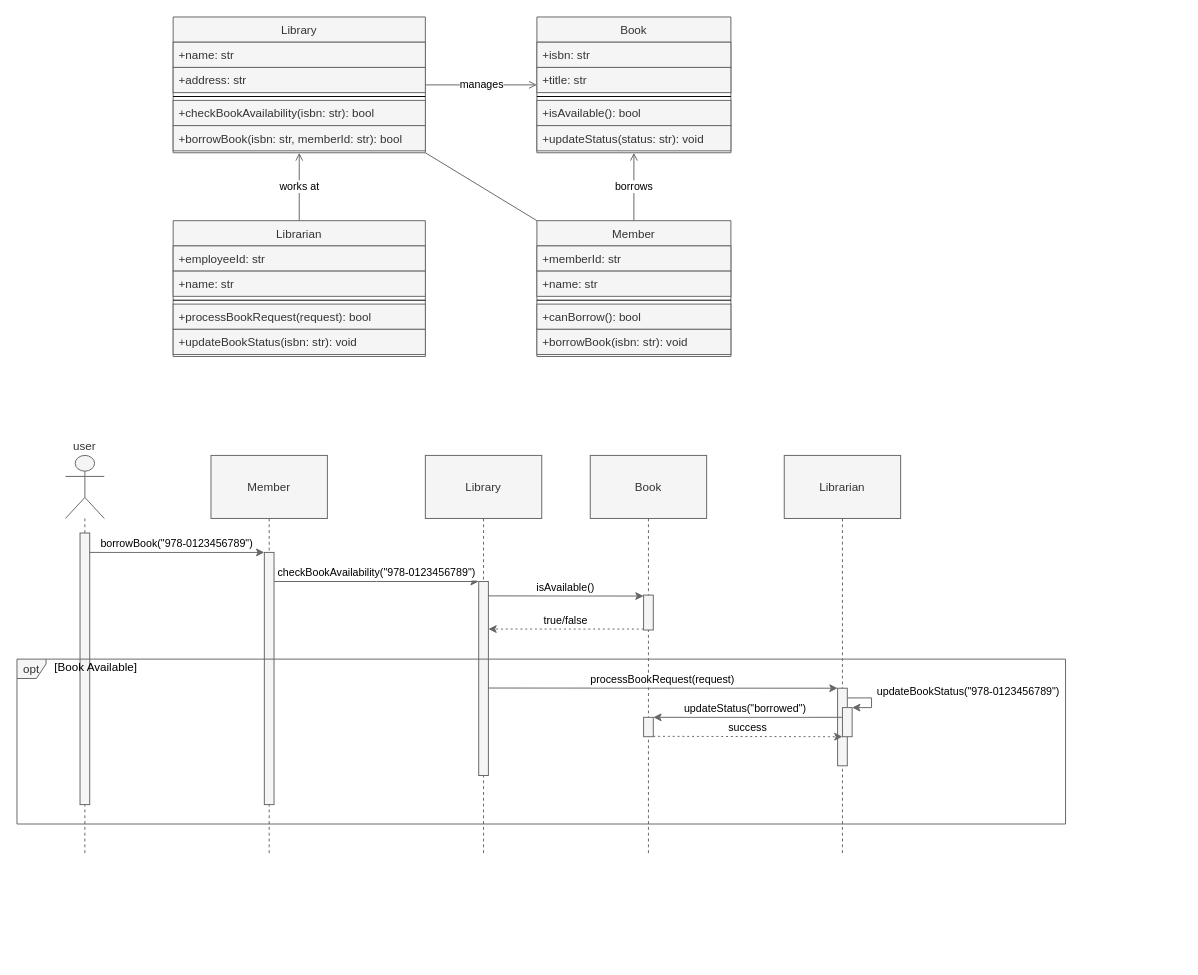
Earlier version of the draw.io diagram diagrams/examples/fragments_examples/opt_02.3.drawio (kkubinova/drawio_plugin). Source tidied: cells renumbered, new cells numbered last; positions are measured from the earlier drawing's top-left corner, leaving out a move shared by most shapes. Both pictures are drawn from the tidied source at 97%, with x=0, y=0 at pixel (16, 16).
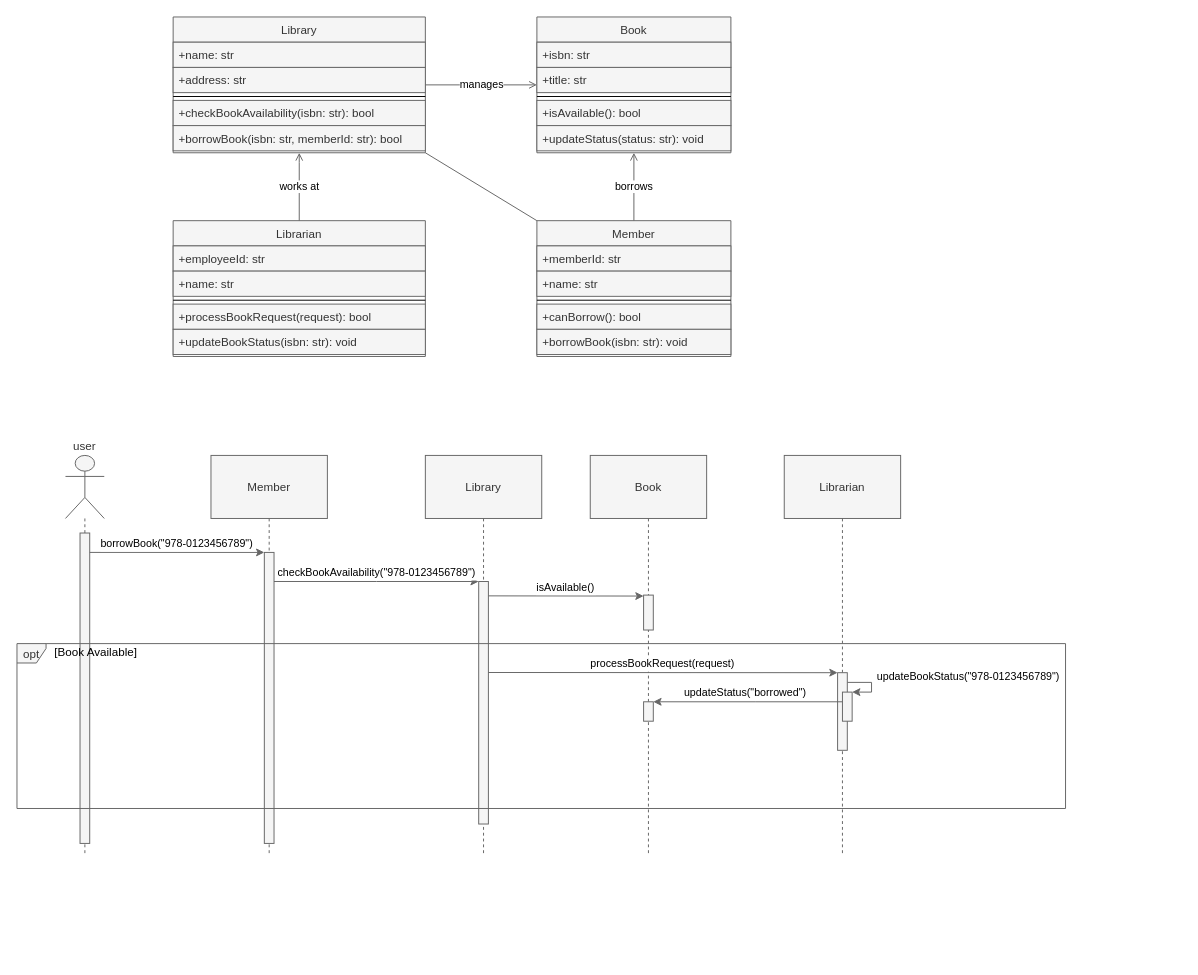
After the change.

The change refers to these unchanged cells:
```xml
<mxCell id="39" style="points=[];perimeter=orthogonalPerimeter;outlineConnect=0;targetShapes=umlLifeline;portConstraint=eastwest;fillColor=#f5f5f5;fontColor=#333333;strokeColor=#666666;" parent="38" vertex="1">
  <mxGeometry x="55" y="144" width="10" height="36" as="geometry" />
</mxCell>
```

What changed in the source:
```diff
@@
     <mxCell id="31" style="group;fillColor=none;" parent="30" vertex="1">
-      <mxGeometry x="1" y="420" width="1080" height="550" as="geometry" />
+      <mxGeometry x="120" y="420" width="1080" height="550" as="geometry" />
     </mxCell>
     <mxCell id="32" value="user" style="shape=umlLifeline;perimeter=lifelinePerimeter;whiteSpace=wrap;participant=umlActor;verticalAlign=bottom;labelPosition=center;verticalLabelPosition=top;align=center;size=65;fillColor=#f5f5f5;fontColor=#333333;strokeColor=#666666;" parent="31" vertex="1">
-      <mxGeometry x="49" y="32" width="40" height="410" as="geometry" />
+      <mxGeometry x="-70" y="32" width="40" height="410" as="geometry" />
     </mxCell>
     <mxCell id="33" style="perimeter=orthogonalPerimeter;targetShapes=umlLifeline;fillColor=#f5f5f5;fontColor=#333333;strokeColor=#666666;" parent="32" vertex="1">
-      <mxGeometry x="15" y="80" width="10" height="280" as="geometry" />
+      <mxGeometry x="15" y="80" width="10" height="320" as="geometry" />
     </mxCell>
     <mxCell id="34" value="Member" style="shape=umlLifeline;perimeter=lifelinePerimeter;whiteSpace=wrap;size=65;fillColor=#f5f5f5;fontColor=#333333;strokeColor=#666666;" parent="31" vertex="1">
-      <mxGeometry x="199" y="32" width="120" height="410" as="geometry" />
+      <mxGeometry x="80" y="32" width="120" height="410" as="geometry" />
     </mxCell>
     <mxCell id="35" style="perimeter=orthogonalPerimeter;targetShapes=umlLifeline;fillColor=#f5f5f5;fontColor=#333333;strokeColor=#666666;" parent="34" vertex="1">
-      <mxGeometry x="55" y="100" width="10" height="260" as="geometry" />
+      <mxGeometry x="55" y="100" width="10" height="300" as="geometry" />
     </mxCell>
     <mxCell id="36" value="Library" style="shape=umlLifeline;perimeter=lifelinePerimeter;whiteSpace=wrap;size=65;fillColor=#f5f5f5;fontColor=#333333;strokeColor=#666666;" parent="31" vertex="1">
-      <mxGeometry x="420" y="32" width="120" height="410" as="geometry" />
+      <mxGeometry x="301" y="32" width="120" height="410" as="geometry" />
     </mxCell>
     <mxCell id="37" style="points=[];perimeter=orthogonalPerimeter;outlineConnect=0;targetShapes=umlLifeline;portConstraint=eastwest;fillColor=#f5f5f5;fontColor=#333333;strokeColor=#666666;" parent="36" vertex="1">
-      <mxGeometry x="55" y="130" width="10" height="200" as="geometry" />
+      <mxGeometry x="55" y="130" width="10" height="250" as="geometry" />
     </mxCell>
     <mxCell id="38" value="Book" style="shape=umlLifeline;perimeter=lifelinePerimeter;whiteSpace=wrap;size=65;fillColor=#f5f5f5;fontColor=#333333;strokeColor=#666666;" parent="31" vertex="1">
-      <mxGeometry x="590" y="32" width="120" height="410" as="geometry" />
+      <mxGeometry x="471" y="32" width="120" height="410" as="geometry" />
     </mxCell>
@@
     <mxCell id="40" value="Librarian" style="shape=umlLifeline;perimeter=lifelinePerimeter;whiteSpace=wrap;size=65;fillColor=#f5f5f5;fontColor=#333333;strokeColor=#666666;" parent="31" vertex="1">
-      <mxGeometry x="790" y="32" width="120" height="410" as="geometry" />
+      <mxGeometry x="671" y="32" width="120" height="410" as="geometry" />
     </mxCell>
     <mxCell id="41" value="borrowBook(&quot;978-0123456789&quot;)" style="verticalAlign=bottom;edgeStyle=elbowEdgeStyle;elbow=vertical;curved=0;rounded=0;endArrow=classic;fillColor=#f5f5f5;strokeColor=#666666;endFill=1;" parent="31" edge="1">
       <mxGeometry relative="1" as="geometry">
-        <mxPoint x="74" y="132" as="sourcePoint" />
-        <mxPoint x="254" y="132" as="targetPoint" />
+        <mxPoint x="-45" y="132" as="sourcePoint" />
+        <mxPoint x="135" y="132" as="targetPoint" />
       </mxGeometry>
     </mxCell>
     <mxCell id="42" value="checkBookAvailability(&quot;978-0123456789&quot;)" style="verticalAlign=bottom;edgeStyle=elbowEdgeStyle;elbow=vertical;curved=0;rounded=0;endArrow=classic;fillColor=#f5f5f5;strokeColor=#666666;endFill=1;" parent="31" edge="1" target="37">
       <mxGeometry relative="1" as="geometry">
-        <mxPoint x="264" y="162" as="sourcePoint" />
+        <mxPoint x="145" y="162" as="sourcePoint" />
       </mxGeometry>
     </mxCell>
     <mxCell id="43" value="isAvailable()" style="verticalAlign=bottom;edgeStyle=elbowEdgeStyle;elbow=vertical;curved=0;rounded=0;endArrow=classic;fillColor=#f5f5f5;strokeColor=#666666;endFill=1;" parent="31" edge="1" target="39">
       <mxGeometry relative="1" as="geometry">
-        <mxPoint x="485" y="176.8" as="sourcePoint" />
+        <mxPoint x="366" y="176.8" as="sourcePoint" />
       </mxGeometry>
     </mxCell>
-    <mxCell id="44" value="true/false" style="verticalAlign=bottom;edgeStyle=elbowEdgeStyle;elbow=vertical;curved=0;rounded=0;dashed=1;dashPattern=2 3;endArrow=classic;fillColor=#f5f5f5;strokeColor=#666666;endFill=1;" parent="31" edge="1" source="39">
-      <mxGeometry relative="1" as="geometry">
-        <mxPoint x="485" y="211.3" as="targetPoint" />
-      </mxGeometry>
-    </mxCell>
     <mxCell id="45" value="processBookRequest(request)" style="verticalAlign=bottom;edgeStyle=elbowEdgeStyle;elbow=vertical;curved=0;rounded=0;endArrow=classic;fillColor=#f5f5f5;strokeColor=#666666;endFill=1;" parent="31" edge="1" target="49">
       <mxGeometry relative="1" as="geometry">
-        <mxPoint x="485" y="271.8" as="sourcePoint" />
+        <mxPoint x="366" y="255.8" as="sourcePoint" />
       </mxGeometry>
     </mxCell>
     <mxCell id="46" value="updateBookStatus(&quot;978-0123456789&quot;)" style="verticalAlign=bottom;edgeStyle=elbowEdgeStyle;rounded=0;endArrow=classic;fillColor=#f5f5f5;strokeColor=#666666;endFill=1;" parent="31" edge="1" target="51">
       <mxGeometry y="100" relative="1" as="geometry">
-        <mxPoint x="855" y="282" as="sourcePoint" />
+        <mxPoint x="736" y="266" as="sourcePoint" />
         <Array as="points">
-          <mxPoint x="880" y="292" />
-          <mxPoint x="880" y="302" />
-          <mxPoint x="870" y="302" />
+          <mxPoint x="761" y="276" />
+          <mxPoint x="761" y="286" />
+          <mxPoint x="751" y="286" />
         </Array>
       </mxGeometry>
     </mxCell>
     <mxCell id="47" value="opt" style="shape=umlFrame;strokeColor=#666666;height=20;width=30;fillColor=#f5f5f5;fontColor=#333333;" parent="31" vertex="1">
-      <mxGeometry x="-1" y="242" width="1081" height="170" as="geometry" />
+      <mxGeometry x="-120" y="226" width="1081" height="170" as="geometry" />
     </mxCell>
@@
     <mxCell id="49" style="points=[];perimeter=orthogonalPerimeter;outlineConnect=0;targetShapes=umlLifeline;portConstraint=eastwest;fillColor=#f5f5f5;fontColor=#333333;strokeColor=#666666;" parent="31" vertex="1">
-      <mxGeometry x="845" y="272" width="10" height="80" as="geometry" />
+      <mxGeometry x="726" y="256" width="10" height="80" as="geometry" />
     </mxCell>
     <mxCell id="50" style="perimeter=orthogonalPerimeter;targetShapes=umlLifeline;fillColor=#f5f5f5;fontColor=#333333;strokeColor=#666666;" parent="31" vertex="1">
-      <mxGeometry x="645" y="302" width="10" height="20" as="geometry" />
+      <mxGeometry x="526" y="286" width="10" height="20" as="geometry" />
     </mxCell>
     <mxCell id="51" style="points=[];perimeter=orthogonalPerimeter;outlineConnect=0;targetShapes=umlLifeline;portConstraint=eastwest;fillColor=#f5f5f5;fontColor=#333333;strokeColor=#666666;" parent="31" vertex="1">
-      <mxGeometry x="850" y="292" width="10" height="30" as="geometry" />
+      <mxGeometry x="731" y="276" width="10" height="30" as="geometry" />
     </mxCell>
     <mxCell id="52" value="updateStatus(&quot;borrowed&quot;)" style="verticalAlign=bottom;edgeStyle=elbowEdgeStyle;elbow=vertical;curved=0;rounded=0;endArrow=classic;fillColor=#f5f5f5;strokeColor=#666666;endFill=1;" parent="31" edge="1">
       <mxGeometry x="0.03" relative="1" as="geometry">
-        <mxPoint x="850" y="302" as="sourcePoint" />
-        <mxPoint x="655" y="302" as="targetPoint" />
+        <mxPoint x="731" y="286" as="sourcePoint" />
+        <mxPoint x="536" y="286" as="targetPoint" />
         <Array as="points">
-          <mxPoint x="760" y="302" />
-          <mxPoint x="690" y="347" />
+          <mxPoint x="641" y="286" />
+          <mxPoint x="571" y="331" />
         </Array>
       </mxGeometry>
     </mxCell>
-    <mxCell id="53" value="success" style="verticalAlign=bottom;edgeStyle=elbowEdgeStyle;elbow=vertical;curved=0;rounded=0;dashed=1;dashPattern=2 3;endArrow=classic;fillColor=#f5f5f5;strokeColor=#666666;endFill=1;" parent="31" edge="1">
-      <mxGeometry relative="1" as="geometry">
-        <mxPoint x="655" y="321.6" as="sourcePoint" />
-        <mxPoint x="850" y="321.6" as="targetPoint" />
-      </mxGeometry>
-    </mxCell>
-    <mxCell id="54" style="rounded=0;orthogonalLoop=1;jettySize=auto;html=1;endArrow=none;endFill=0;strokeColor=#666666;exitX=1;exitY=1;exitDx=0;exitDy=0;entryX=0;entryY=0;entryDx=0;entryDy=0;startArrow=none;startFill=0;" parent="30" edge="1">
-      <mxGeometry relative="1" as="geometry">
-        <mxPoint x="421" y="140" as="sourcePoint" />
-        <mxPoint x="536" y="210" as="targetPoint" />
-      </mxGeometry>
-    </mxCell>
+    <mxCell id="55" style="rounded=0;orthogonalLoop=1;jettySize=auto;html=1;endArrow=none;endFill=0;strokeColor=#666666;exitX=1;exitY=1;exitDx=0;exitDy=0;entryX=0;entryY=0;entryDx=0;entryDy=0;startArrow=none;startFill=0;" parent="30" edge="1">
+      <mxGeometry relative="1" as="geometry">
+        <mxPoint x="421" y="140" as="sourcePoint" />
+        <mxPoint x="536" y="210" as="targetPoint" />
+      </mxGeometry>
+    </mxCell>
```
